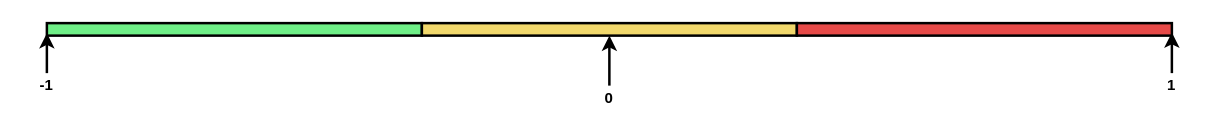
The draw.io diagram drawings/simple_scoring.drawio in totalemail/blog, before the edit. Source tidied: cells renumbered, new cells numbered last; positions are measured from the earlier drawing's top-left corner, leaving out a move shared by most shapes. Both pictures are drawn from the tidied source at 125%, with x=0, y=0 at pixel (21, 22).
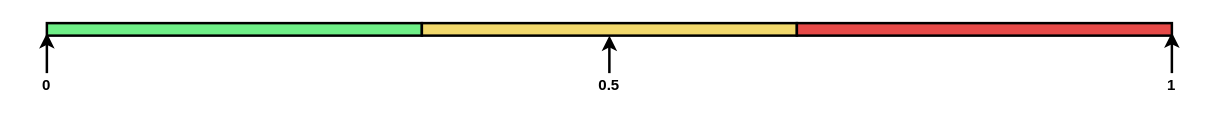
Above is the later version.

Commit message (it also covers changes not shown here):
Updating scoring diagrams

Change to the diagram source:
```diff
@@
 <mxGraphModel>
   <root>
     <mxCell id="0" />
     <mxCell id="1" parent="0" />
     <mxCell id="2" style="edgeStyle=orthogonalEdgeStyle;rounded=0;jettySize=auto;html=1;exitX=0.5;exitY=0;exitDx=0;exitDy=0;entryX=0.5;entryY=1;entryDx=0;entryDy=0;strokeWidth=2;" parent="1" edge="1" source="3" target="9">
       <mxGeometry relative="1" as="geometry" />
     </mxCell>
-    <mxCell id="3" value="0" style="text;html=1;strokeColor=none;fillColor=none;align=center;verticalAlign=middle;whiteSpace=wrap;rounded=0;fontStyle=1;" parent="1" vertex="1">
-      <mxGeometry x="450" y="50" width="40" height="20" as="geometry" />
+    <mxCell id="3" value="0.5" style="text;html=1;strokeColor=none;fillColor=none;align=center;verticalAlign=middle;whiteSpace=wrap;rounded=0;fontStyle=1;" parent="1" vertex="1">
+      <mxGeometry x="450" y="40" width="40" height="20" as="geometry" />
     </mxCell>
     <mxCell id="4" style="edgeStyle=orthogonalEdgeStyle;rounded=0;jettySize=auto;html=1;exitX=0.5;exitY=0;exitDx=0;exitDy=0;entryX=1;entryY=0.75;entryDx=0;entryDy=0;strokeWidth=2;" parent="1" edge="1" source="5" target="10">
       <mxGeometry relative="1" as="geometry" />
     </mxCell>
     <mxCell id="5" value="1" style="text;html=1;strokeColor=none;fillColor=none;align=center;verticalAlign=middle;whiteSpace=wrap;rounded=0;fontStyle=1;" parent="1" vertex="1">
       <mxGeometry x="900" y="40" width="40" height="20" as="geometry" />
     </mxCell>
     <mxCell id="6" style="edgeStyle=orthogonalEdgeStyle;rounded=0;jettySize=auto;html=1;exitX=0.5;exitY=0;exitDx=0;exitDy=0;entryX=0;entryY=0.75;entryDx=0;entryDy=0;fontStyle=1;strokeWidth=2;" parent="1" edge="1" source="7">
       <mxGeometry relative="1" as="geometry">
         <mxPoint x="20" y="8" as="targetPoint" />
       </mxGeometry>
     </mxCell>
-    <mxCell id="7" value="-1" style="text;html=1;strokeColor=none;fillColor=none;align=center;verticalAlign=middle;whiteSpace=wrap;rounded=0;fontStyle=1;" parent="1" vertex="1">
+    <mxCell id="7" value="0" style="text;html=1;strokeColor=none;fillColor=none;align=center;verticalAlign=middle;whiteSpace=wrap;rounded=0;fontStyle=1;" parent="1" vertex="1">
       <mxGeometry y="40" width="40" height="20" as="geometry" />
     </mxCell>
     <mxCell id="8" style="rounded=0;whiteSpace=wrap;html=1;fillColor=#6fef87;strokeColor=#000000;strokeWidth=2;" parent="1" vertex="1">
       <mxGeometry x="20" width="300" height="10" as="geometry" />
     </mxCell>
     <mxCell id="9" style="rounded=0;whiteSpace=wrap;html=1;fillColor=#f1d86c;strokeWidth=2;" parent="1" vertex="1">
       <mxGeometry x="320" width="300" height="10" as="geometry" />
     </mxCell>
     <mxCell id="10" style="rounded=0;whiteSpace=wrap;html=1;fillColor=#e64a48;strokeWidth=2;" parent="1" vertex="1">
       <mxGeometry x="620" width="300" height="10" as="geometry" />
     </mxCell>
   </root>
 </mxGraphModel>
```
